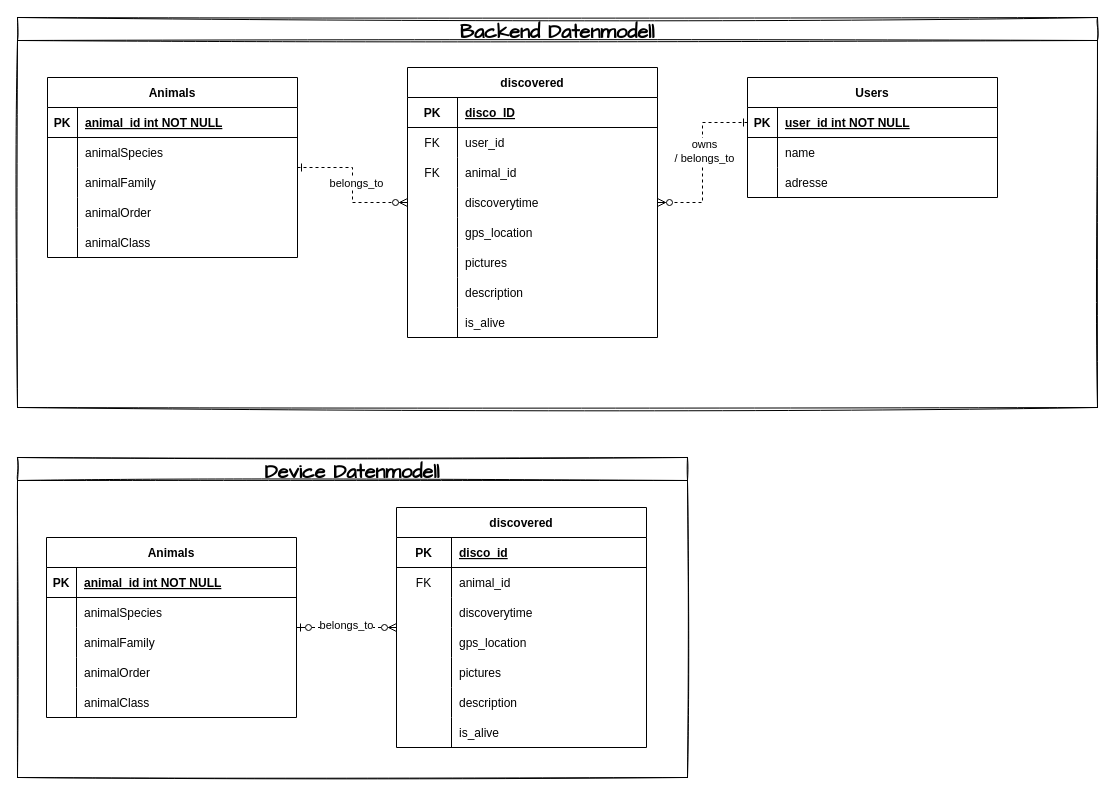
This is modeling/tierdexERM.drawio from JJJS777/moco2022SammoudSchurawlevSchiller, a draw.io file, before an edit. Source tidied: cells renumbered, new cells numbered last; positions are measured from the earlier drawing's top-left corner, leaving out a move shared by most shapes. Both pictures are drawn from the tidied source at 100%, with x=0, y=0 at pixel (17, 17).
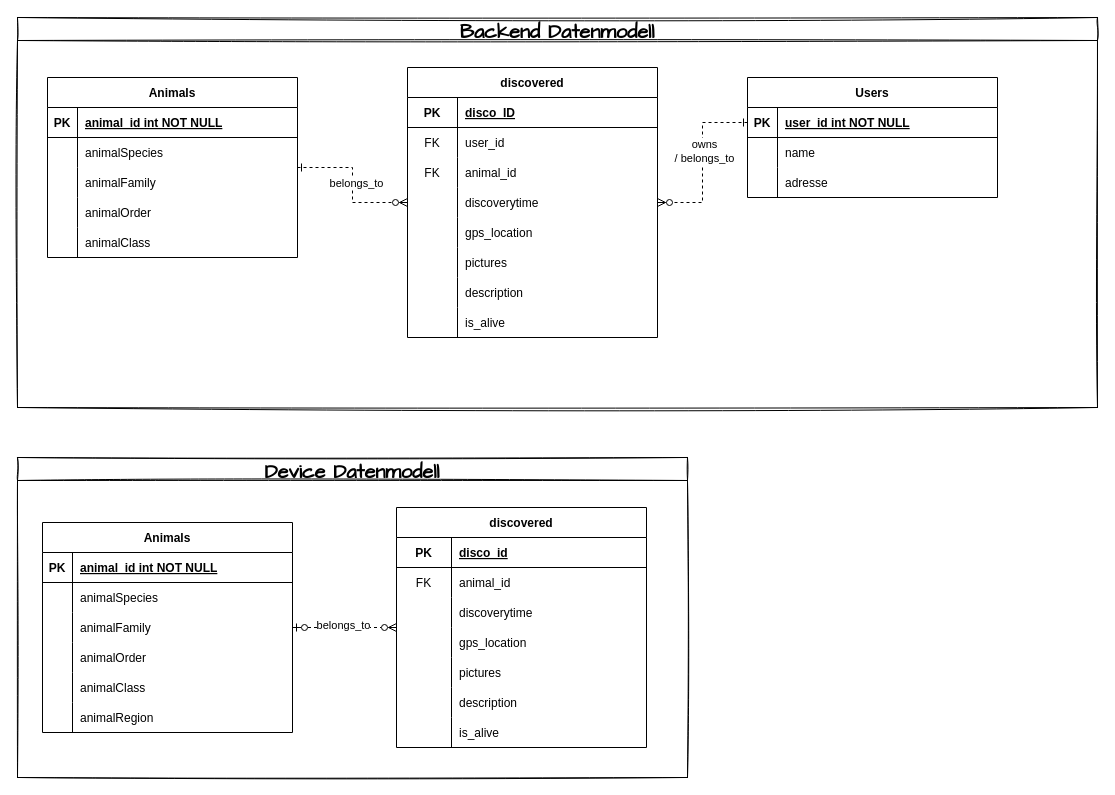
The same diagram, later.

The change refers to these unchanged cells:
```xml
<mxCell id="82" value="Device Datenmodell" style="swimlane;sketch=1;hachureGap=4;fontFamily=Architects Daughter;fontSize=20;" parent="1" vertex="1">
  <mxGeometry y="440" width="670" height="320" as="geometry" />
</mxCell>
```

What changed in the source:
```diff
@@
     <mxCell id="83" value="Animals" style="shape=table;startSize=30;childLayout=tableLayout;rowLines=0;fontStyle=1;align=center;" parent="82" vertex="1">
-      <mxGeometry x="29" y="80" width="250" height="180" as="geometry" />
+      <mxGeometry x="25" y="65" width="250" height="210" as="geometry" />
     </mxCell>
@@
+    <mxCell id="99" style="shape=partialRectangle;fillColor=none;top=0;left=0;right=0;bottom=0;" parent="83" vertex="1">
+      <mxGeometry y="180" width="250" height="30" as="geometry" />
+    </mxCell>
+    <mxCell id="100" style="shape=partialRectangle;overflow=hidden;fillColor=none;top=0;left=0;bottom=0;right=0;" parent="99" vertex="1">
+      <mxGeometry width="30" height="30" as="geometry" />
+    </mxCell>
+    <mxCell id="101" value="animalRegion" style="shape=partialRectangle;overflow=hidden;fillColor=none;top=0;left=0;bottom=0;right=0;align=left;spacingLeft=6;" parent="99" vertex="1">
+      <mxGeometry x="30" width="220" height="30" as="geometry" />
+    </mxCell>
```
